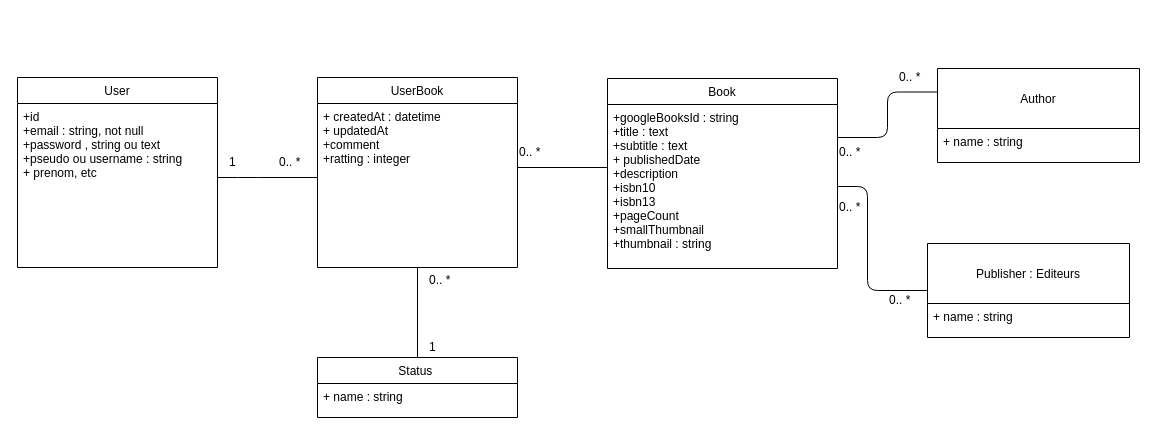
The draw.io diagram .docs/UML/diagramme_des_classes.drawio in camara92/FreeReeds_Symfony-6, before the edit. Source tidied: cells renumbered, new cells numbered last; positions are measured from the earlier drawing's top-left corner, leaving out a move shared by most shapes. Both pictures are drawn from the tidied source at 100%, with x=0, y=0 at pixel (17, 67).
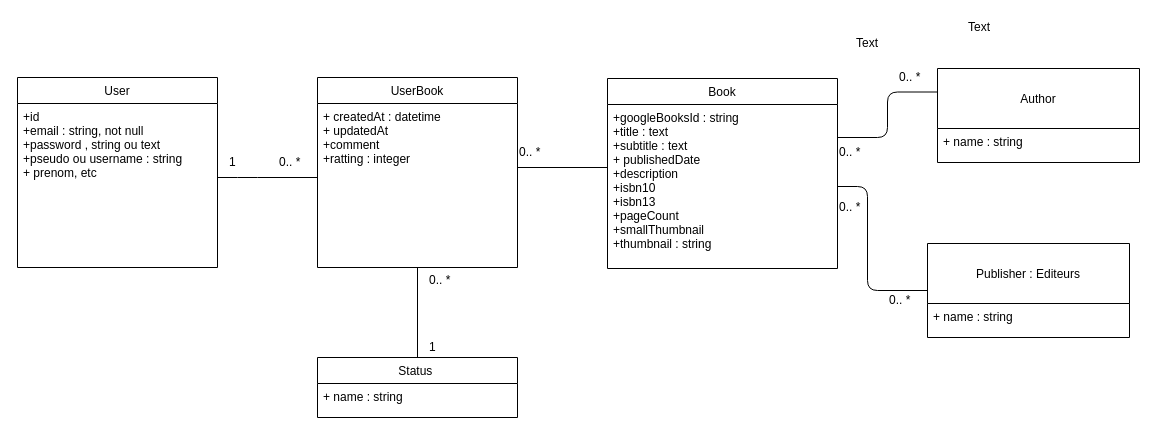
The same diagram, later.

What changed in the source:
```diff
@@
+    <mxCell id="34" value="Text" style="text;html=1;align=left;verticalAlign=top;spacingTop=-4;" parent="1" vertex="1">
+      <mxGeometry x="837" y="-34" width="40" height="20" as="geometry" />
+    </mxCell>
+    <mxCell id="35" value="Text" style="text;html=1;align=left;verticalAlign=top;spacingTop=-4;" parent="1" vertex="1">
+      <mxGeometry x="949" y="-50" width="40" height="20" as="geometry" />
+    </mxCell>
```
